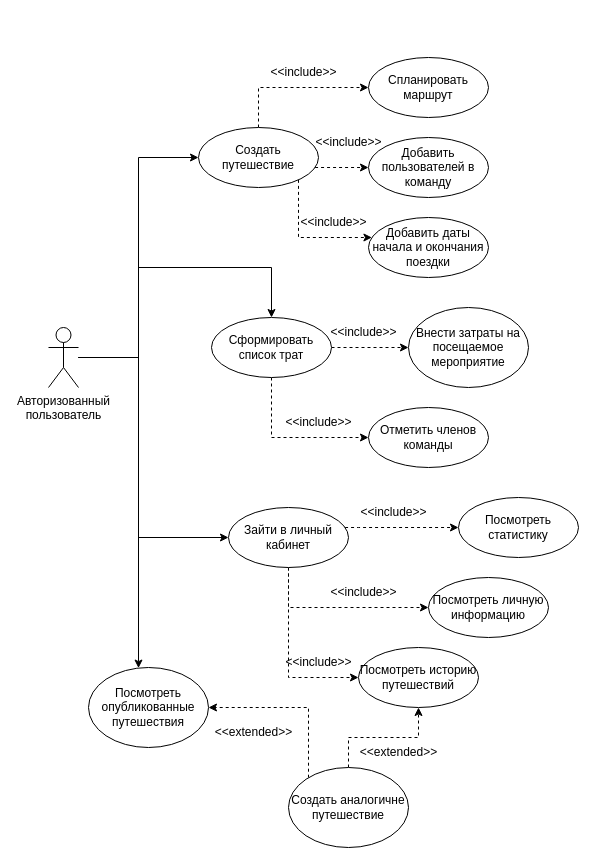
Before: documentation/диаграммы/use case со стороны авторизованного пользователя.drawio in egoistique/TravelWithFriends, a draw.io diagram. Source tidied: cells renumbered, new cells numbered last; positions are measured from the earlier drawing's top-left corner, leaving out a move shared by most shapes. Both pictures are drawn from the tidied source at 100%, with x=0, y=0 at pixel (48, 57).
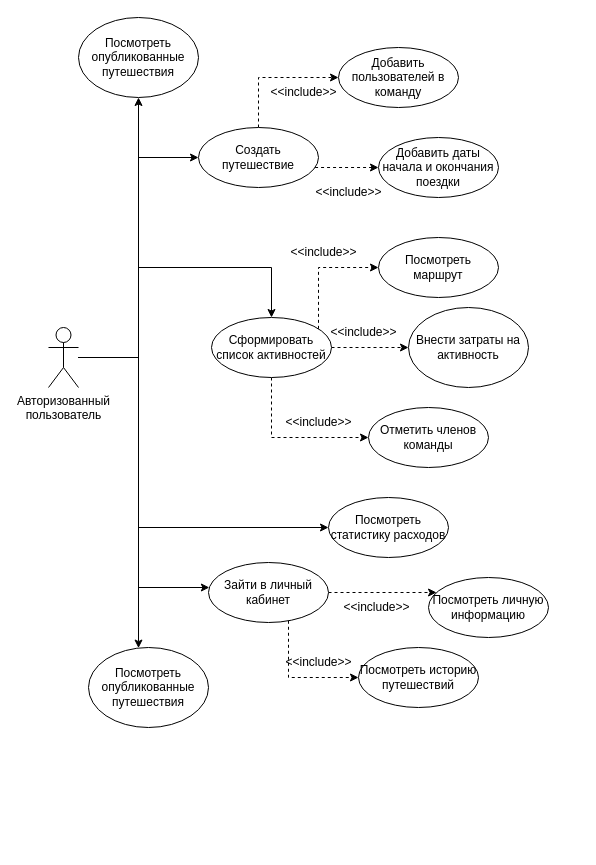
The same diagram, later.

Unchanged cells that the change refers to:
```xml
<mxCell id="4" value="Авторизованный&lt;br&gt;пользователь" style="shape=umlActor;verticalLabelPosition=bottom;verticalAlign=top;html=1;outlineConnect=0;" parent="1" vertex="1">
  <mxGeometry y="270" width="30" height="60" as="geometry" />
</mxCell>
<mxCell id="12" value="Создать путешествие" style="ellipse;whiteSpace=wrap;html=1;" parent="1" vertex="1">
  <mxGeometry x="150" y="70" width="120" height="60" as="geometry" />
</mxCell>
<mxCell id="27" value="Посмотреть историю путешествий" style="ellipse;whiteSpace=wrap;html=1;" parent="1" vertex="1">
  <mxGeometry x="310" y="590" width="120" height="60" as="geometry" />
</mxCell>
```

Diff of the diagram source:
```diff
@@
     <mxCell id="3" style="edgeStyle=orthogonalEdgeStyle;rounded=0;jettySize=auto;html=1;" parent="1" edge="1" source="4" target="24">
       <mxGeometry relative="1" as="geometry">
         <Array as="points">
           <mxPoint x="90" y="300" />
-          <mxPoint x="90" y="480" />
+          <mxPoint x="90" y="530" />
         </Array>
       </mxGeometry>
     </mxCell>
+    <mxCell id="40" style="edgeStyle=orthogonalEdgeStyle;rounded=0;jettySize=auto;html=1;" parent="1" edge="1" source="4" target="41">
+      <mxGeometry relative="1" as="geometry">
+        <Array as="points">
+          <mxPoint x="90" y="300" />
+        </Array>
+      </mxGeometry>
+    </mxCell>
@@
     <mxCell id="5" value="Посмотреть опубликованные путешествия" style="ellipse;whiteSpace=wrap;html=1;" parent="1" vertex="1">
-      <mxGeometry x="40" y="610" width="120" height="80" as="geometry" />
+      <mxGeometry x="40" y="590" width="120" height="80" as="geometry" />
     </mxCell>
@@
-    <mxCell id="8" value="Сформировать список трат" style="ellipse;whiteSpace=wrap;html=1;" parent="1" vertex="1">
+    <mxCell id="8" value="Сформировать список активностей" style="ellipse;whiteSpace=wrap;html=1;" parent="1" vertex="1">
       <mxGeometry x="163" y="260" width="120" height="60" as="geometry" />
     </mxCell>
-    <mxCell id="9" style="edgeStyle=orthogonalEdgeStyle;rounded=0;jettySize=auto;html=1;dashed=1;" parent="1" edge="1" source="12" target="17">
+    <mxCell id="9" style="edgeStyle=orthogonalEdgeStyle;rounded=0;jettySize=auto;html=1;dashed=1;" parent="1" edge="1" source="8" target="17">
       <mxGeometry relative="1" as="geometry">
         <Array as="points">
-          <mxPoint x="210" y="30" />
+          <mxPoint x="270" y="210" />
         </Array>
       </mxGeometry>
     </mxCell>
     <mxCell id="10" style="edgeStyle=orthogonalEdgeStyle;rounded=0;jettySize=auto;html=1;dashed=1;" parent="1" edge="1" source="12" target="16">
       <mxGeometry relative="1" as="geometry">
         <Array as="points">
-          <mxPoint x="290" y="110" />
-          <mxPoint x="290" y="110" />
+          <mxPoint x="210" y="20" />
         </Array>
       </mxGeometry>
     </mxCell>
     <mxCell id="11" style="edgeStyle=orthogonalEdgeStyle;rounded=0;jettySize=auto;html=1;dashed=1;" parent="1" edge="1" source="12" target="15">
       <mxGeometry relative="1" as="geometry">
         <Array as="points">
-          <mxPoint x="250" y="180" />
+          <mxPoint x="320" y="110" />
+          <mxPoint x="320" y="110" />
         </Array>
       </mxGeometry>
     </mxCell>
@@
     <mxCell id="15" value="Добавить даты начала и окончания поездки" style="ellipse;whiteSpace=wrap;html=1;" parent="1" vertex="1">
-      <mxGeometry x="320" y="160" width="120" height="60" as="geometry" />
+      <mxGeometry x="330" y="80" width="120" height="60" as="geometry" />
     </mxCell>
     <mxCell id="16" value="Добавить пользователей в команду" style="ellipse;whiteSpace=wrap;html=1;" parent="1" vertex="1">
-      <mxGeometry x="320" y="80" width="120" height="60" as="geometry" />
+      <mxGeometry x="290" y="-10" width="120" height="60" as="geometry" />
     </mxCell>
-    <mxCell id="17" value="Спланировать маршрут" style="ellipse;whiteSpace=wrap;html=1;" parent="1" vertex="1">
-      <mxGeometry x="320" width="120" height="60" as="geometry" />
+    <mxCell id="17" value="Посмотреть маршрут" style="ellipse;whiteSpace=wrap;html=1;" parent="1" vertex="1">
+      <mxGeometry x="330" y="180" width="120" height="60" as="geometry" />
     </mxCell>
-    <mxCell id="18" style="edgeStyle=orthogonalEdgeStyle;rounded=0;jettySize=auto;html=1;dashed=1;" parent="1" edge="1" source="20" target="5">
-      <mxGeometry relative="1" as="geometry">
-        <Array as="points">
-          <mxPoint x="260" y="650" />
-        </Array>
-      </mxGeometry>
-    </mxCell>
-    <mxCell id="19" style="edgeStyle=orthogonalEdgeStyle;rounded=0;jettySize=auto;html=1;dashed=1;" parent="1" edge="1" source="20" target="27">
-      <mxGeometry relative="1" as="geometry" />
-    </mxCell>
-    <mxCell id="20" value="Создать аналогичне путешествие" style="ellipse;whiteSpace=wrap;html=1;" parent="1" vertex="1">
-      <mxGeometry x="240" y="710" width="120" height="80" as="geometry" />
-    </mxCell>
@@
-    <mxCell id="22" style="edgeStyle=orthogonalEdgeStyle;rounded=0;jettySize=auto;html=1;dashed=1;" parent="1" edge="1" source="24" target="28">
+    <mxCell id="22" style="edgeStyle=orthogonalEdgeStyle;rounded=0;jettySize=auto;html=1;" parent="1" edge="1" source="4" target="28">
       <mxGeometry relative="1" as="geometry">
         <Array as="points">
-          <mxPoint x="310" y="470" />
-          <mxPoint x="310" y="470" />
+          <mxPoint x="90" y="300" />
+          <mxPoint x="90" y="470" />
         </Array>
       </mxGeometry>
     </mxCell>
@@
     <mxCell id="24" value="Зайти в личный кабинет" style="ellipse;whiteSpace=wrap;html=1;" parent="1" vertex="1">
-      <mxGeometry x="180" y="450" width="120" height="60" as="geometry" />
+      <mxGeometry x="160" y="505" width="120" height="60" as="geometry" />
     </mxCell>
-    <mxCell id="25" value="Внести затраты на посещаемое мероприятие" style="ellipse;whiteSpace=wrap;html=1;" parent="1" vertex="1">
+    <mxCell id="25" value="Внести затраты на активность" style="ellipse;whiteSpace=wrap;html=1;" parent="1" vertex="1">
       <mxGeometry x="360" y="250" width="120" height="80" as="geometry" />
     </mxCell>
@@
-    <mxCell id="28" value="Посмотреть статистику" style="ellipse;whiteSpace=wrap;html=1;" parent="1" vertex="1">
-      <mxGeometry x="410" y="440" width="120" height="60" as="geometry" />
+    <mxCell id="28" value="Посмотреть статистику расходов" style="ellipse;whiteSpace=wrap;html=1;" parent="1" vertex="1">
+      <mxGeometry x="280" y="440" width="120" height="60" as="geometry" />
     </mxCell>
@@
-    <mxCell id="30" value="&amp;lt;&amp;lt;extended&amp;gt;&amp;gt;" style="text;html=1;align=center;verticalAlign=middle;strokeColor=none;fillColor=none;" parent="1" vertex="1">
-      <mxGeometry x="155" y="660" width="100" height="30" as="geometry" />
-    </mxCell>
-    <mxCell id="31" value="&amp;lt;&amp;lt;extended&amp;gt;&amp;gt;" style="text;html=1;align=center;verticalAlign=middle;strokeColor=none;fillColor=none;" parent="1" vertex="1">
-      <mxGeometry x="300" y="680" width="100" height="30" as="geometry" />
-    </mxCell>
@@
     <mxCell id="33" value="&amp;lt;&amp;lt;include&amp;gt;&amp;gt;" style="text;html=1;align=center;verticalAlign=middle;strokeColor=none;fillColor=none;" parent="1" vertex="1">
-      <mxGeometry x="270" y="520" width="90" height="30" as="geometry" />
+      <mxGeometry x="283" y="535" width="90" height="30" as="geometry" />
     </mxCell>
-    <mxCell id="34" value="&amp;lt;&amp;lt;include&amp;gt;&amp;gt;" style="text;html=1;align=center;verticalAlign=middle;strokeColor=none;fillColor=none;" parent="1" vertex="1">
-      <mxGeometry x="300" y="440" width="90" height="30" as="geometry" />
-    </mxCell>
@@
     <mxCell id="37" value="&amp;lt;&amp;lt;include&amp;gt;&amp;gt;" style="text;html=1;align=center;verticalAlign=middle;strokeColor=none;fillColor=none;" parent="1" vertex="1">
-      <mxGeometry x="240" y="150" width="90" height="30" as="geometry" />
+      <mxGeometry x="255" y="120" width="90" height="30" as="geometry" />
     </mxCell>
     <mxCell id="38" value="&amp;lt;&amp;lt;include&amp;gt;&amp;gt;" style="text;html=1;align=center;verticalAlign=middle;strokeColor=none;fillColor=none;" parent="1" vertex="1">
-      <mxGeometry x="255" y="70" width="90" height="30" as="geometry" />
+      <mxGeometry x="210" y="20" width="90" height="30" as="geometry" />
     </mxCell>
     <mxCell id="39" value="&amp;lt;&amp;lt;include&amp;gt;&amp;gt;" style="text;html=1;align=center;verticalAlign=middle;strokeColor=none;fillColor=none;" parent="1" vertex="1">
-      <mxGeometry x="210" width="90" height="30" as="geometry" />
+      <mxGeometry x="230" y="180" width="90" height="30" as="geometry" />
     </mxCell>
+    <mxCell id="41" value="Посмотреть опубликованные путешествия" style="ellipse;whiteSpace=wrap;html=1;" parent="1" vertex="1">
+      <mxGeometry x="30" y="-40" width="120" height="80" as="geometry" />
+    </mxCell>
```
